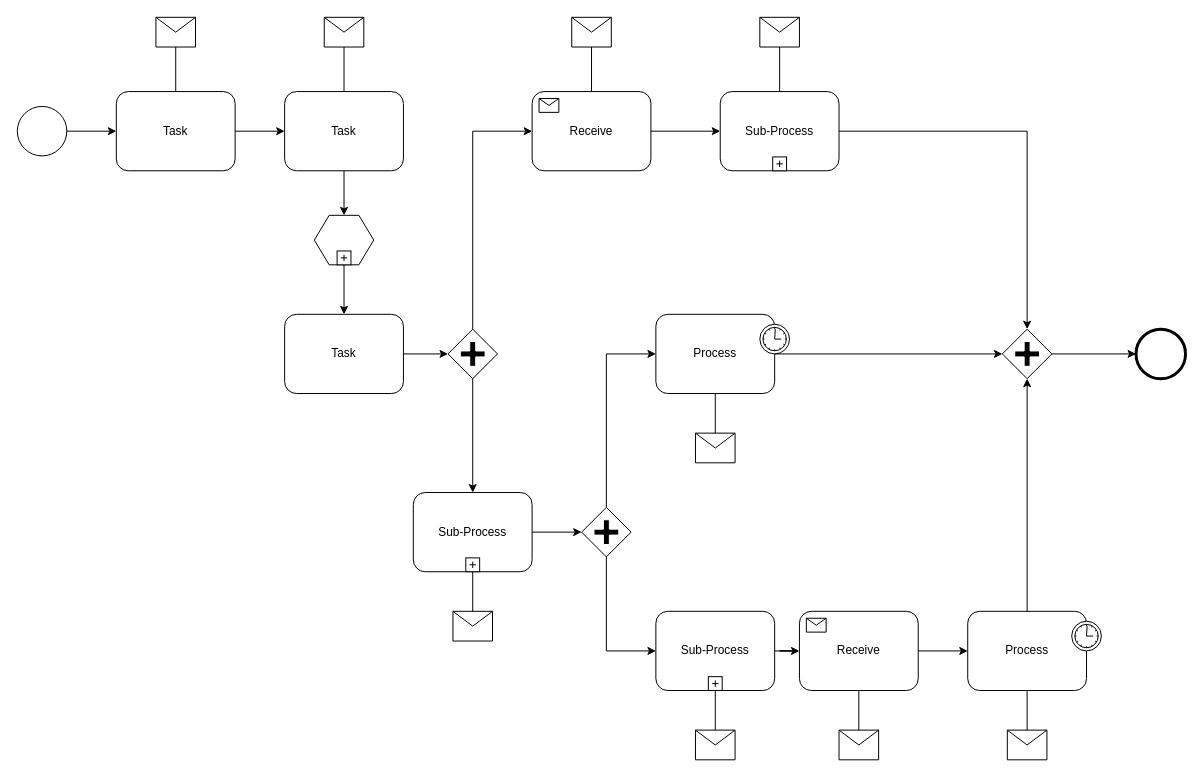
This is Untitled Diagram.drawio from eyongfm/cam-mon-pays, a draw.io file, before an edit. Source tidied: cells renumbered, new cells numbered last; positions are measured from the earlier drawing's top-left corner, leaving out a move shared by most shapes. Both pictures are drawn from the tidied source at 99%, with x=0, y=0 at pixel (17, 17).
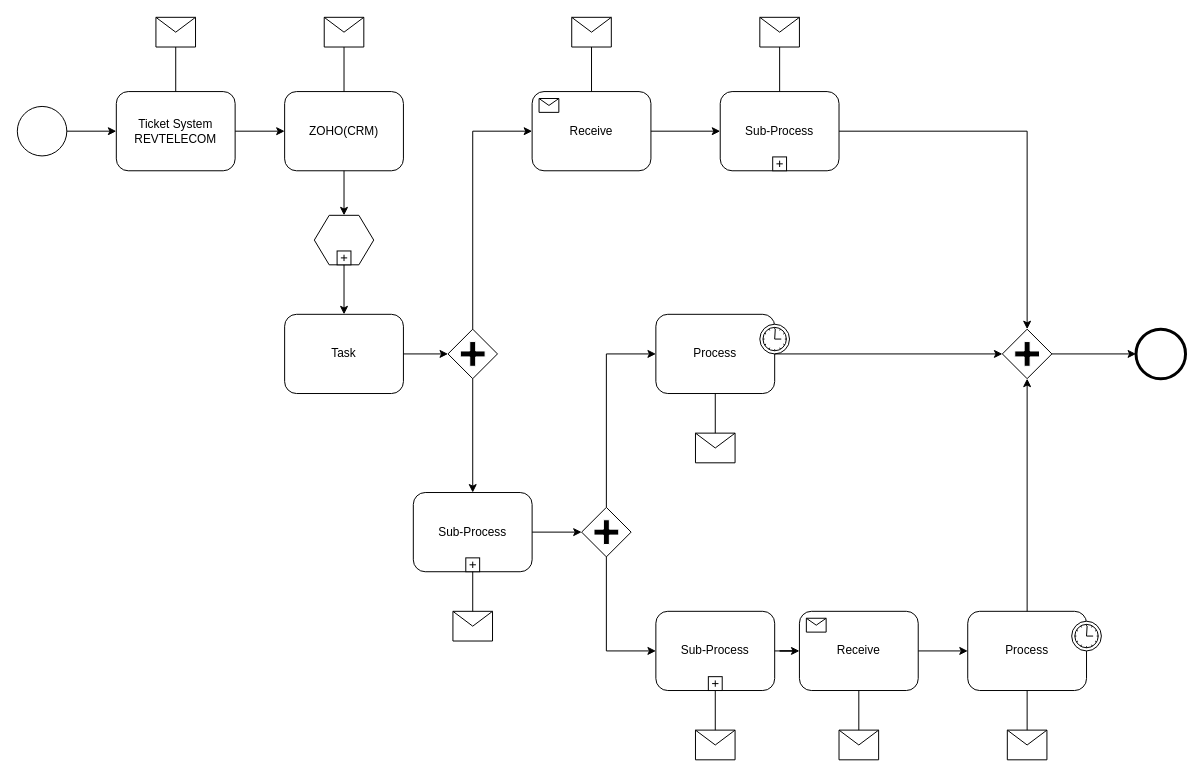
After the change.

The edit, as a diff of the source:
```diff
@@
-    <mxCell id="3" value="Task" style="shape=ext;rounded=1;html=1;whiteSpace=wrap;" parent="1" vertex="1">
+    <mxCell id="3" value="Ticket System&lt;br&gt;REVTELECOM" style="shape=ext;rounded=1;html=1;whiteSpace=wrap;" parent="1" vertex="1">
       <mxGeometry x="100" y="75" width="120" height="80" as="geometry" />
     </mxCell>
-    <mxCell id="4" value="Task" style="shape=ext;rounded=1;html=1;whiteSpace=wrap;" parent="1" vertex="1">
+    <mxCell id="4" value="ZOHO(CRM)" style="shape=ext;rounded=1;html=1;whiteSpace=wrap;" parent="1" vertex="1">
       <mxGeometry x="270" y="75" width="120" height="80" as="geometry" />
     </mxCell>
```
